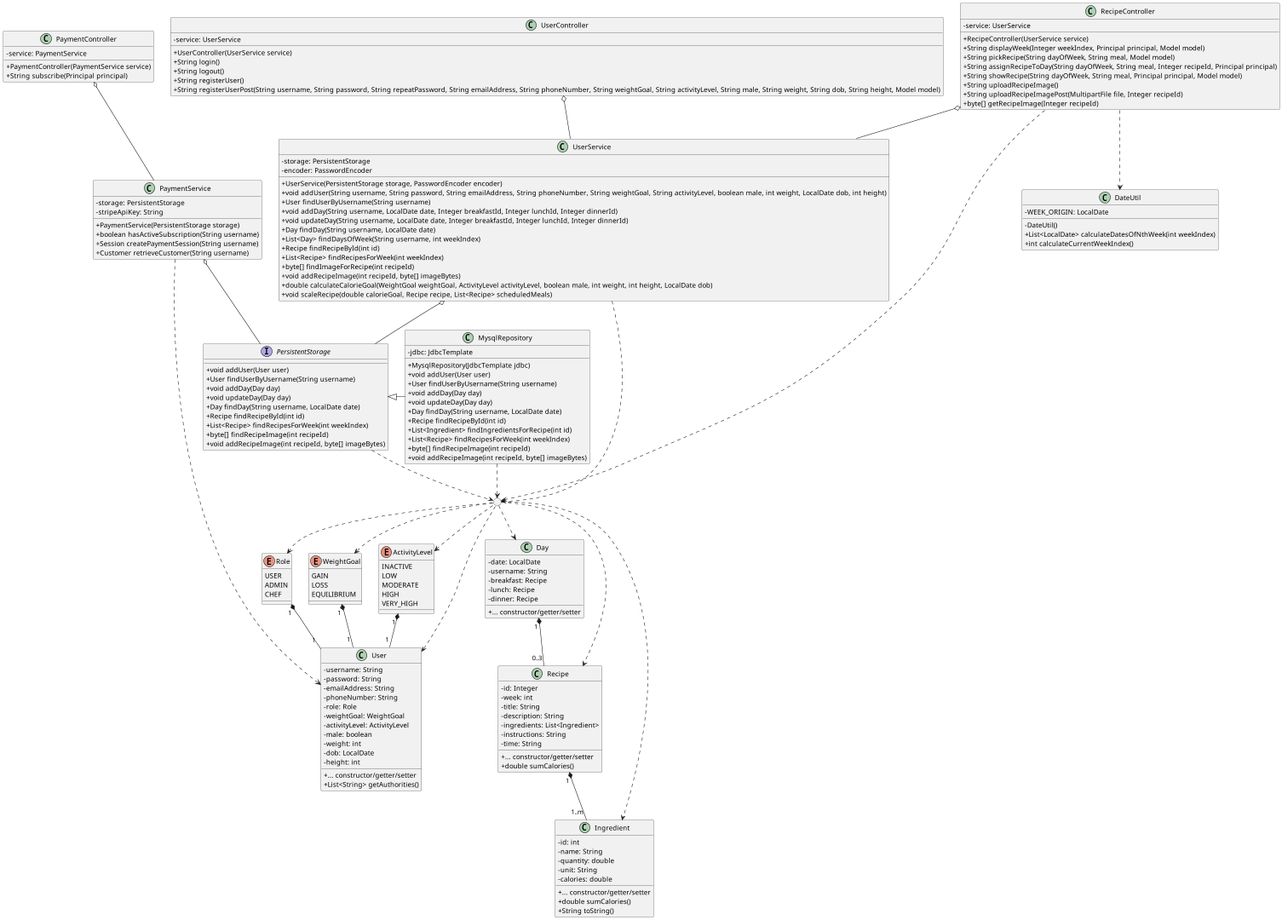
Earlier version of the PlantUML export diagram/class-diagram.png (sofush/kostplan).
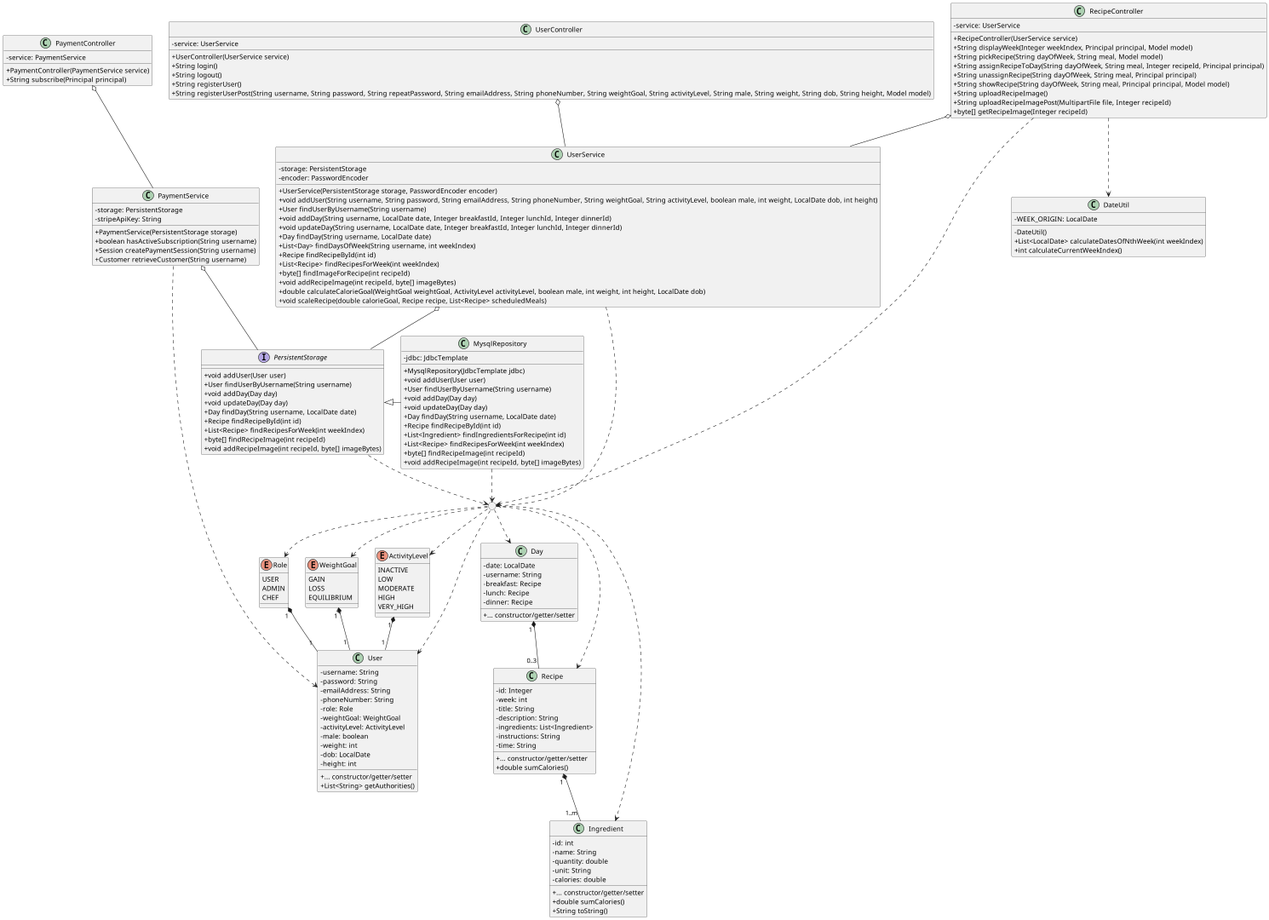
The same diagram one commit later.

Commit message:
feat: add button to unassign meal

Change to the diagram source:
```diff
@@ -81,6 +81,7 @@
 	+ String displayWeek(Integer weekIndex, Principal principal, Model model)
 	+ String pickRecipe(String dayOfWeek, String meal, Model model)
 	+ String assignRecipeToDay(String dayOfWeek, String meal, Integer recipeId, Principal principal)
+	+ String unassignRecipe(String dayOfWeek, String meal, Principal principal)
 	+ String showRecipe(String dayOfWeek, String meal, Principal principal, Model model)
 	+ String uploadRecipeImage()
 	+ String uploadRecipeImagePost(MultipartFile file, Integer recipeId)
```
